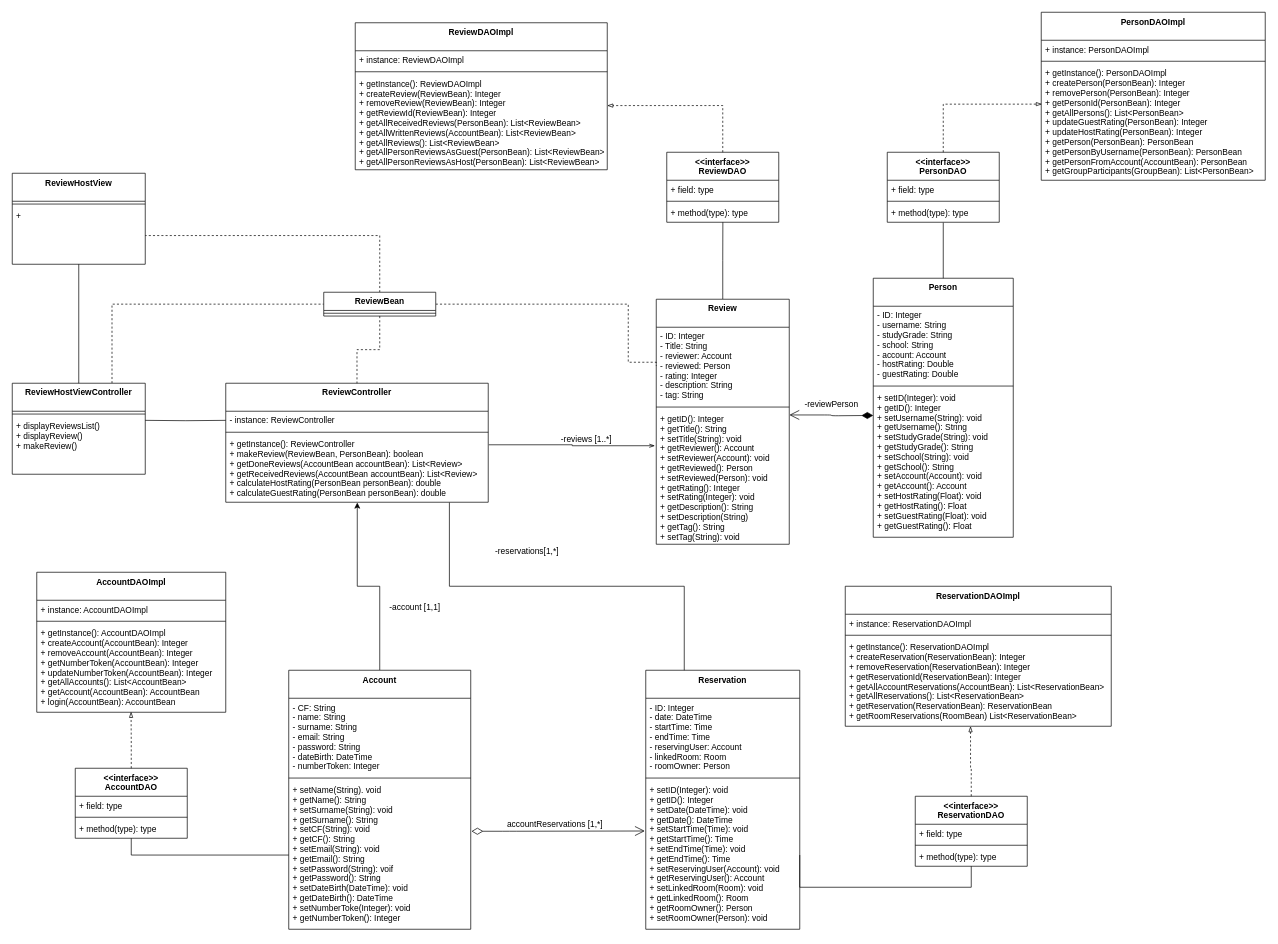
Earlier version of the draw.io diagram Deliverables/Design Level Class Diagram/DLCD ReviewHost Agostinelli.drawio (nic-agos/DoveStudi). Source tidied: cells renumbered, new cells numbered last; positions are measured from the earlier drawing's top-left corner, leaving out a move shared by most shapes. Both pictures are drawn from the tidied source at 70%, with x=0, y=0 at pixel (12, 12).
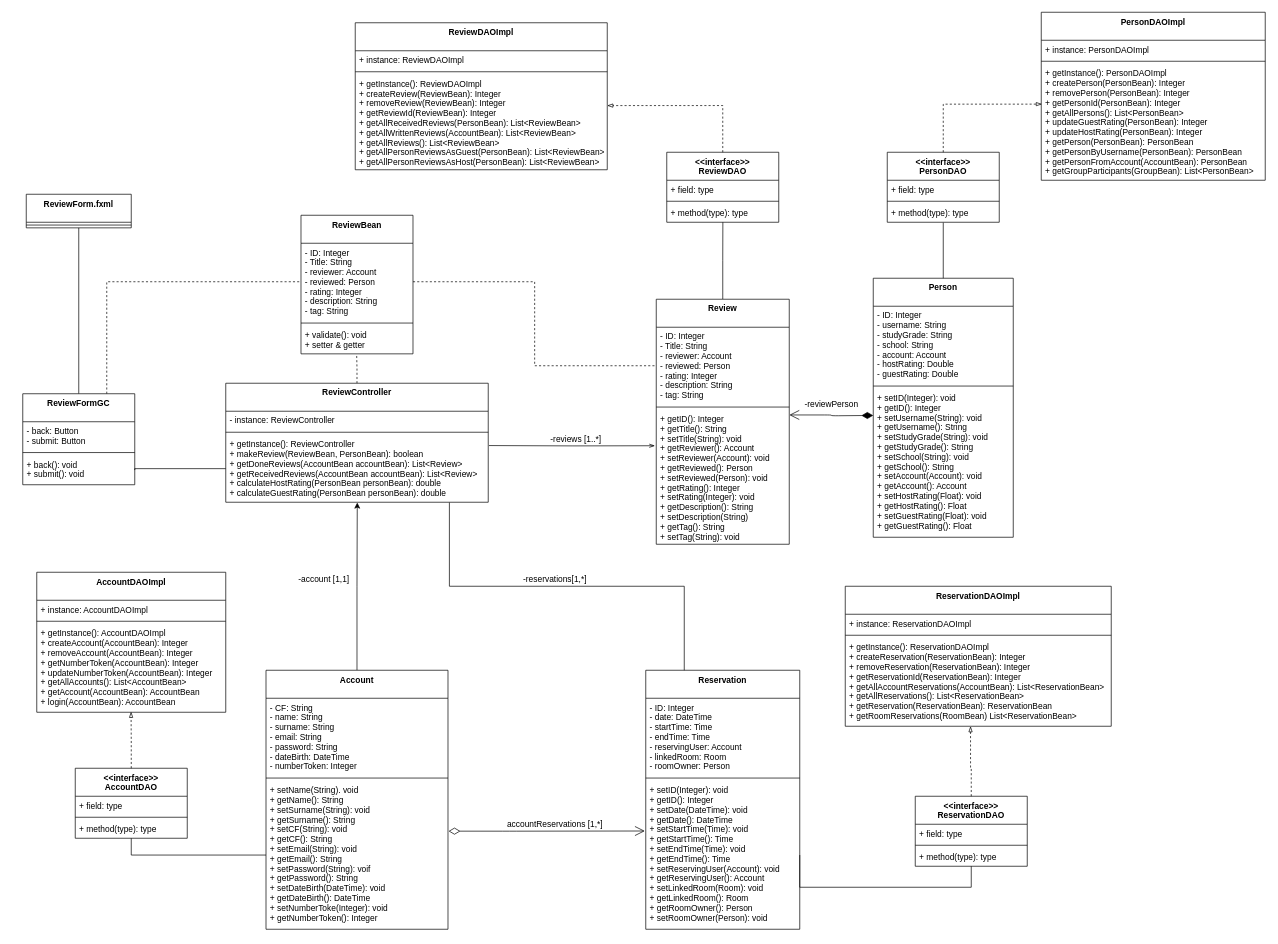
Above is the later version.

Unchanged cells that the change refers to:
```xml
<mxCell id="3" value="ReviewController" style="swimlane;fontStyle=1;align=center;verticalAlign=top;horizontal=1;startSize=40;" parent="1" vertex="1">
  <mxGeometry x="305" y="530" width="375" height="170" as="geometry" />
</mxCell>
<mxCell id="4" value="- instance: ReviewController" style="text;strokeColor=none;fillColor=none;align=left;verticalAlign=top;spacingLeft=4;spacingRight=4;overflow=hidden;points=[[0,0.5],[1,0.5]];portConstraint=eastwest;" parent="3" vertex="1">
  <mxGeometry y="40" width="375" height="26" as="geometry" />
</mxCell>
<mxCell id="6" value="+ getInstance(): ReviewController&#10;+ makeReview(ReviewBean, PersonBean): boolean&#10;+ getDoneReviews(AccountBean accountBean): List&lt;Review&gt;&#10;+ getReceivedReviews(AccountBean accountBean): List&lt;Review&gt;&#10;+ calculateHostRating(PersonBean personBean): double&#10;+ calculateGuestRating(PersonBean personBean): double" style="text;strokeColor=none;fillColor=none;align=left;verticalAlign=top;spacingLeft=4;spacingRight=4;overflow=hidden;points=[[0,0.5],[1,0.5]];portConstraint=eastwest;" parent="3" vertex="1">
  <mxGeometry y="74" width="375" height="96" as="geometry" />
</mxCell>
<mxCell id="15" value="+ setName(String). void&#10;+ getName(): String&#10;+ setSurname(String): void&#10;+ getSurname(): String&#10;+ setCF(String): void&#10;+ getCF(): String&#10;+ setEmail(String): void&#10;+ getEmail(): String&#10;+ setPassword(String): voif&#10;+ getPassword(): String&#10;+ setDateBirth(DateTime): void&#10;+ getDateBirth(): DateTime&#10;+ setNumberToke(Integer): void&#10;+ getNumberToken(): Integer" style="text;strokeColor=none;fillColor=none;align=left;verticalAlign=top;spacingLeft=4;spacingRight=4;overflow=hidden;points=[[0,0.5],[1,0.5]];portConstraint=eastwest;" parent="12" vertex="1">
  <mxGeometry y="158" width="260" height="212" as="geometry" />
</mxCell>
<mxCell id="18" value="- ID: Integer&#10;- Title: String&#10;- reviewer: Account&#10;- reviewed: Person&#10;- rating: Integer&#10;- description: String&#10;- tag: String" style="text;strokeColor=none;fillColor=none;align=left;verticalAlign=top;spacingLeft=4;spacingRight=4;overflow=hidden;points=[[0,0.5],[1,0.5]];portConstraint=eastwest;" parent="17" vertex="1">
  <mxGeometry y="40" width="190" height="110" as="geometry" />
</mxCell>
<mxCell id="20" value="+ getID(): Integer&#10;+ getTitle(): String&#10;+ setTitle(String): void&#10;+ getReviewer(): Account&#10;+ setReviewer(Account): void&#10;+ getReviewed(): Person&#10;+ setReviewed(Person): void&#10;+ getRating(): Integer&#10;+ setRating(Integer): void&#10;+ getDescription(): String&#10;+ setDescription(String)&#10;+ getTag(): String&#10;+ setTag(String): void" style="text;strokeColor=none;fillColor=none;align=left;verticalAlign=top;spacingLeft=4;spacingRight=4;overflow=hidden;points=[[0,0.5],[1,0.5]];portConstraint=eastwest;" parent="17" vertex="1">
  <mxGeometry y="158" width="190" height="192" as="geometry" />
</mxCell>
<mxCell id="55" value="+ setID(Integer): void &#10;+ getID(): Integer&#10;+ setDate(DateTime): void&#10;+ getDate(): DateTime&#10;+ setStartTime(Time): void&#10;+ getStartTime(): Time&#10;+ setEndTime(Time): void&#10;+ getEndTime(): Time&#10;+ setReservingUser(Account): void&#10;+ getReservingUser(): Account&#10;+ setLinkedRoom(Room): void&#10;+ getLinkedRoom(): Room&#10;+ getRoomOwner(): Person&#10;+ setRoomOwner(Person): void&#10;" style="text;strokeColor=none;fillColor=none;align=left;verticalAlign=top;spacingLeft=4;spacingRight=4;overflow=hidden;points=[[0,0.5],[1,0.5]];portConstraint=eastwest;" parent="52" vertex="1">
  <mxGeometry y="158" width="220" height="212" as="geometry" />
</mxCell>
```

The edit, as a diff of the source:
```diff
@@
-    <mxCell id="2" style="edgeStyle=orthogonalEdgeStyle;rounded=0;jettySize=auto;html=1;entryX=-0.01;entryY=0.267;entryDx=0;entryDy=0;entryPerimeter=0;endArrow=openThin;endFill=0;exitX=1.002;exitY=0.145;exitDx=0;exitDy=0;exitPerimeter=0;" parent="1" edge="1" source="6" target="20">
-      <mxGeometry relative="1" as="geometry" />
+    <mxCell id="2" style="edgeStyle=orthogonalEdgeStyle;rounded=0;jettySize=auto;html=1;entryX=-0.01;entryY=0.267;entryDx=0;entryDy=0;entryPerimeter=0;endArrow=openThin;endFill=0;" parent="1" edge="1" target="20">
+      <mxGeometry relative="1" as="geometry">
+        <mxPoint x="681" y="619" as="sourcePoint" />
+      </mxGeometry>
     </mxCell>
+    <mxCell id="86" style="edgeStyle=orthogonalEdgeStyle;rounded=0;jettySize=auto;html=1;entryX=0.497;entryY=1.024;entryDx=0;entryDy=0;entryPerimeter=0;dashed=1;endArrow=none;endFill=0;" parent="1" edge="1" source="3" target="94">
+      <mxGeometry relative="1" as="geometry" />
+    </mxCell>
@@
-    <mxCell id="7" style="edgeStyle=orthogonalEdgeStyle;rounded=0;jettySize=auto;html=1;entryX=0;entryY=0.5;entryDx=0;entryDy=0;dashed=1;endArrow=none;endFill=0;exitX=0.75;exitY=0;exitDx=0;exitDy=0;" parent="1" edge="1" source="8" target="24">
-      <mxGeometry relative="1" as="geometry" />
-    </mxCell>
-    <mxCell id="8" value="ReviewHostViewController" style="swimlane;fontStyle=1;align=center;verticalAlign=top;horizontal=1;startSize=40;" parent="1" vertex="1">
-      <mxGeometry y="530" width="190" height="130" as="geometry" />
-    </mxCell>
-    <mxCell id="9" style="line;strokeWidth=1;fillColor=none;align=left;verticalAlign=middle;spacingTop=-1;spacingLeft=3;spacingRight=3;labelPosition=right;" parent="8" vertex="1">
-      <mxGeometry y="40" width="190" height="8" as="geometry" />
-    </mxCell>
-    <mxCell id="10" value="+ displayReviewsList()&#10;+ displayReview()&#10;+ makeReview()&#10;" style="text;strokeColor=none;fillColor=none;align=left;verticalAlign=top;spacingLeft=4;spacingRight=4;overflow=hidden;" parent="8" vertex="1">
-      <mxGeometry y="48" width="190" height="82" as="geometry" />
-    </mxCell>
@@
     <mxCell id="12" value="Account" style="swimlane;fontStyle=1;align=center;verticalAlign=top;horizontal=1;startSize=40;" parent="1" vertex="1">
-      <mxGeometry x="395" y="940" width="260" height="370" as="geometry" />
+      <mxGeometry x="362.5" y="940" width="260" height="370" as="geometry" />
     </mxCell>
@@
-    <mxCell id="21" style="edgeStyle=orthogonalEdgeStyle;rounded=0;jettySize=auto;html=1;entryX=0;entryY=0.5;entryDx=0;entryDy=0;dashed=1;endArrow=none;endFill=0;" parent="1" edge="1" source="24" target="18">
-      <mxGeometry relative="1" as="geometry">
-        <Array as="points">
-          <mxPoint x="880" y="417" />
-          <mxPoint x="880" y="500" />
-        </Array>
-      </mxGeometry>
-    </mxCell>
-    <mxCell id="22" style="edgeStyle=orthogonalEdgeStyle;rounded=0;jettySize=auto;html=1;endArrow=none;endFill=0;dashed=1;" parent="1" edge="1" source="24" target="68">
-      <mxGeometry relative="1" as="geometry" />
-    </mxCell>
-    <mxCell id="23" style="edgeStyle=orthogonalEdgeStyle;rounded=0;jettySize=auto;html=1;exitX=0.5;exitY=1;exitDx=0;exitDy=0;entryX=0.5;entryY=0;entryDx=0;entryDy=0;dashed=1;endArrow=none;endFill=0;" parent="1" edge="1" source="24" target="3">
-      <mxGeometry relative="1" as="geometry" />
-    </mxCell>
-    <mxCell id="24" value="ReviewBean" style="swimlane;fontStyle=1;align=center;verticalAlign=top;horizontal=1;startSize=26;" parent="1" vertex="1">
-      <mxGeometry x="445" y="400" width="160" height="34" as="geometry" />
-    </mxCell>
-    <mxCell id="25" style="line;strokeWidth=1;fillColor=none;align=left;verticalAlign=middle;spacingTop=-1;spacingLeft=3;spacingRight=3;labelPosition=right;" parent="24" vertex="1">
-      <mxGeometry y="26" width="160" height="8" as="geometry" />
-    </mxCell>
@@
     <mxCell id="31" value="-reviews [1..*]" style="text;html=1;align=center;verticalAlign=middle;" parent="1" vertex="1">
-      <mxGeometry x="775" y="600" width="90" height="20" as="geometry" />
+      <mxGeometry x="760" y="600" width="90" height="20" as="geometry" />
     </mxCell>
-    <mxCell id="32" style="edgeStyle=orthogonalEdgeStyle;rounded=0;jettySize=auto;html=1;entryX=0;entryY=0.5;entryDx=0;entryDy=0;endArrow=none;endFill=0;" parent="1" edge="1" target="4">
+    <mxCell id="32" style="edgeStyle=orthogonalEdgeStyle;rounded=0;jettySize=auto;html=1;entryX=0;entryY=0.5;entryDx=0;entryDy=0;endArrow=none;endFill=0;exitX=1;exitY=0.5;exitDx=0;exitDy=0;" parent="1" edge="1" source="91" target="6">
       <mxGeometry relative="1" as="geometry">
-        <mxPoint x="190" y="583" as="sourcePoint" />
+        <Array as="points">
+          <mxPoint x="175" y="652" />
+        </Array>
       </mxGeometry>
     </mxCell>
@@
     <mxCell id="50" value="-account [1,1]" style="text;html=1;align=center;verticalAlign=middle;" parent="1" vertex="1">
-      <mxGeometry x="530" y="840" width="90" height="20" as="geometry" />
+      <mxGeometry x="400" y="800" width="90" height="20" as="geometry" />
     </mxCell>
@@
     <mxCell id="57" value="-reservations[1,*]" style="text;html=1;align=center;verticalAlign=middle;" parent="1" vertex="1">
-      <mxGeometry x="680" y="760" width="110" height="20" as="geometry" />
+      <mxGeometry x="720" y="800" width="110" height="20" as="geometry" />
     </mxCell>
-    <mxCell id="58" style="endArrow=open;html=1;endSize=12;startArrow=diamondThin;startSize=14;startFill=0;edgeStyle=orthogonalEdgeStyle;align=left;verticalAlign=bottom;entryX=-0.006;entryY=0.338;entryDx=0;entryDy=0;entryPerimeter=0;" parent="1" edge="1" target="55">
+    <mxCell id="58" style="endArrow=open;html=1;endSize=12;startArrow=diamondThin;startSize=14;startFill=0;edgeStyle=orthogonalEdgeStyle;align=left;verticalAlign=bottom;entryX=-0.006;entryY=0.338;entryDx=0;entryDy=0;entryPerimeter=0;exitX=1.003;exitY=0.339;exitDx=0;exitDy=0;exitPerimeter=0;" parent="1" edge="1" source="15" target="55">
       <mxGeometry x="-1" y="3" relative="1" as="geometry">
-        <mxPoint x="656" y="1170" as="sourcePoint" />
         <Array as="points">
           <mxPoint x="710" y="1170" />
         </Array>
       </mxGeometry>
     </mxCell>
@@
-    <mxCell id="65" style="edgeStyle=orthogonalEdgeStyle;rounded=0;jettySize=auto;html=1;entryX=0.5;entryY=0;entryDx=0;entryDy=0;endArrow=none;endFill=0;" parent="1" edge="1" source="66" target="8">
+    <mxCell id="65" style="edgeStyle=orthogonalEdgeStyle;rounded=0;jettySize=auto;html=1;endArrow=none;endFill=0;entryX=0.5;entryY=0;entryDx=0;entryDy=0;" parent="1" edge="1" source="66" target="88">
       <mxGeometry relative="1" as="geometry" />
     </mxCell>
-    <mxCell id="66" value="ReviewHostView" style="swimlane;fontStyle=1;align=center;verticalAlign=top;horizontal=1;startSize=40;" parent="1" vertex="1">
-      <mxGeometry y="230" width="190" height="130" as="geometry" />
+    <mxCell id="66" value="ReviewForm.fxml" style="swimlane;fontStyle=1;align=center;verticalAlign=top;horizontal=1;startSize=40;" parent="1" vertex="1">
+      <mxGeometry x="20" y="260" width="150" height="48" as="geometry" />
     </mxCell>
     <mxCell id="67" style="line;strokeWidth=1;fillColor=none;align=left;verticalAlign=middle;spacingTop=-1;spacingLeft=3;spacingRight=3;labelPosition=right;" parent="66" vertex="1">
-      <mxGeometry y="40" width="190" height="8" as="geometry" />
+      <mxGeometry y="40" width="150" height="8" as="geometry" />
     </mxCell>
-    <mxCell id="68" value="+ &#10;" style="text;strokeColor=none;fillColor=none;align=left;verticalAlign=top;spacingLeft=4;spacingRight=4;overflow=hidden;points=[[0,0.5],[1,0.5]];portConstraint=eastwest;" parent="66" vertex="1">
-      <mxGeometry y="48" width="190" height="82" as="geometry" />
-    </mxCell>
@@
+    <mxCell id="87" style="edgeStyle=orthogonalEdgeStyle;rounded=0;jettySize=auto;html=1;exitX=0.75;exitY=0;exitDx=0;exitDy=0;endArrow=none;endFill=0;dashed=1;entryX=0;entryY=0.5;entryDx=0;entryDy=0;" parent="1" edge="1" source="88" target="92">
+      <mxGeometry relative="1" as="geometry" />
+    </mxCell>
+    <mxCell id="88" value="ReviewFormGC" style="swimlane;fontStyle=1;align=center;verticalAlign=top;horizontal=1;startSize=40;" parent="1" vertex="1">
+      <mxGeometry x="15" y="545" width="160" height="130" as="geometry" />
+    </mxCell>
+    <mxCell id="89" value="- back: Button&#10;- submit: Button&#10;" style="text;strokeColor=none;fillColor=none;align=left;verticalAlign=top;spacingLeft=4;spacingRight=4;overflow=hidden;" parent="88" vertex="1">
+      <mxGeometry y="40" width="160" height="40" as="geometry" />
+    </mxCell>
+    <mxCell id="90" style="line;strokeWidth=1;fillColor=none;align=left;verticalAlign=middle;spacingTop=-1;spacingLeft=3;spacingRight=3;labelPosition=right;" parent="88" vertex="1">
+      <mxGeometry y="80" width="160" height="8" as="geometry" />
+    </mxCell>
+    <mxCell id="91" value="+ back(): void&#10;+ submit(): void" style="text;strokeColor=none;fillColor=none;align=left;verticalAlign=top;spacingLeft=4;spacingRight=4;overflow=hidden;points=[[0,0.5],[1,0.5]];portConstraint=eastwest;" parent="88" vertex="1">
+      <mxGeometry y="88" width="160" height="42" as="geometry" />
+    </mxCell>
+    <mxCell id="24" value="ReviewBean" style="swimlane;fontStyle=1;align=center;verticalAlign=top;horizontal=1;startSize=40;" parent="1" vertex="1">
+      <mxGeometry x="412.5" y="290" width="160" height="198" as="geometry" />
+    </mxCell>
+    <mxCell id="92" value="- ID: Integer&#10;- Title: String&#10;- reviewer: Account&#10;- reviewed: Person&#10;- rating: Integer&#10;- description: String&#10;- tag: String" style="text;strokeColor=none;fillColor=none;align=left;verticalAlign=top;spacingLeft=4;spacingRight=4;overflow=hidden;points=[[0,0.5],[1,0.5]];portConstraint=eastwest;" parent="24" vertex="1">
+      <mxGeometry y="40" width="160" height="110" as="geometry" />
+    </mxCell>
+    <mxCell id="93" style="line;strokeWidth=1;fillColor=none;align=left;verticalAlign=middle;spacingTop=-1;spacingLeft=3;spacingRight=3;labelPosition=right;" parent="24" vertex="1">
+      <mxGeometry y="150" width="160" height="8" as="geometry" />
+    </mxCell>
+    <mxCell id="94" value="+ validate(): void&#10;+ setter &amp; getter" style="text;strokeColor=none;fillColor=none;align=left;verticalAlign=top;spacingLeft=4;spacingRight=4;overflow=hidden;points=[[0,0.5],[1,0.5]];portConstraint=eastwest;" parent="24" vertex="1">
+      <mxGeometry y="158" width="160" height="40" as="geometry" />
+    </mxCell>
+    <mxCell id="95" style="edgeStyle=orthogonalEdgeStyle;rounded=0;jettySize=auto;html=1;entryX=0;entryY=0.5;entryDx=0;entryDy=0;dashed=1;endArrow=none;endFill=0;" parent="1" edge="1" source="92" target="18">
+      <mxGeometry relative="1" as="geometry" />
+    </mxCell>
```
